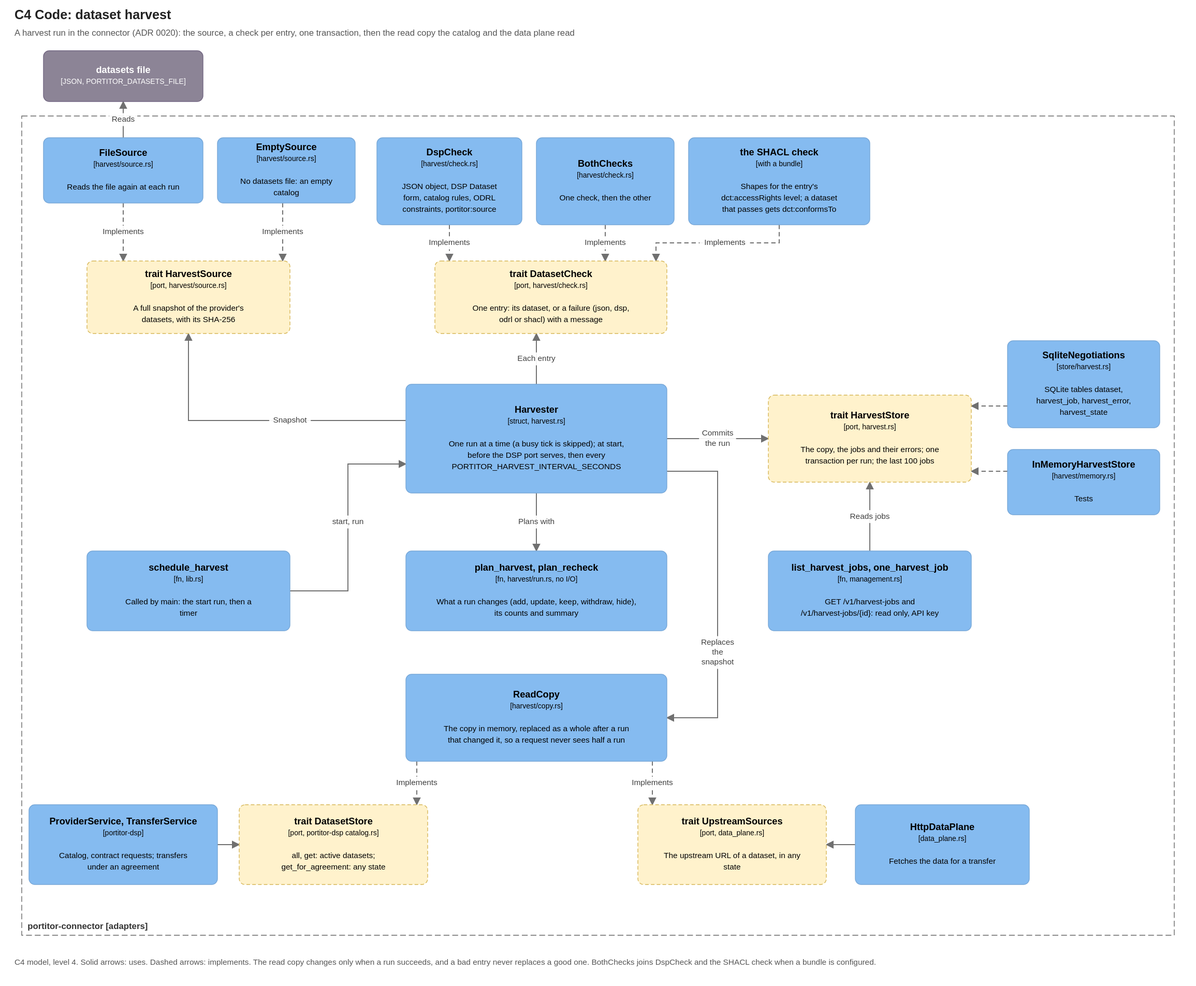
This is docs/diagrams/c4-harvest-code.drawio.svg from brunopacheco1/ldsc, a draw.io export, as it was before one commit. Source tidied: cells renumbered, new cells last; positions are measured from the earlier drawing's top-left corner, leaving out a move shared by most shapes.
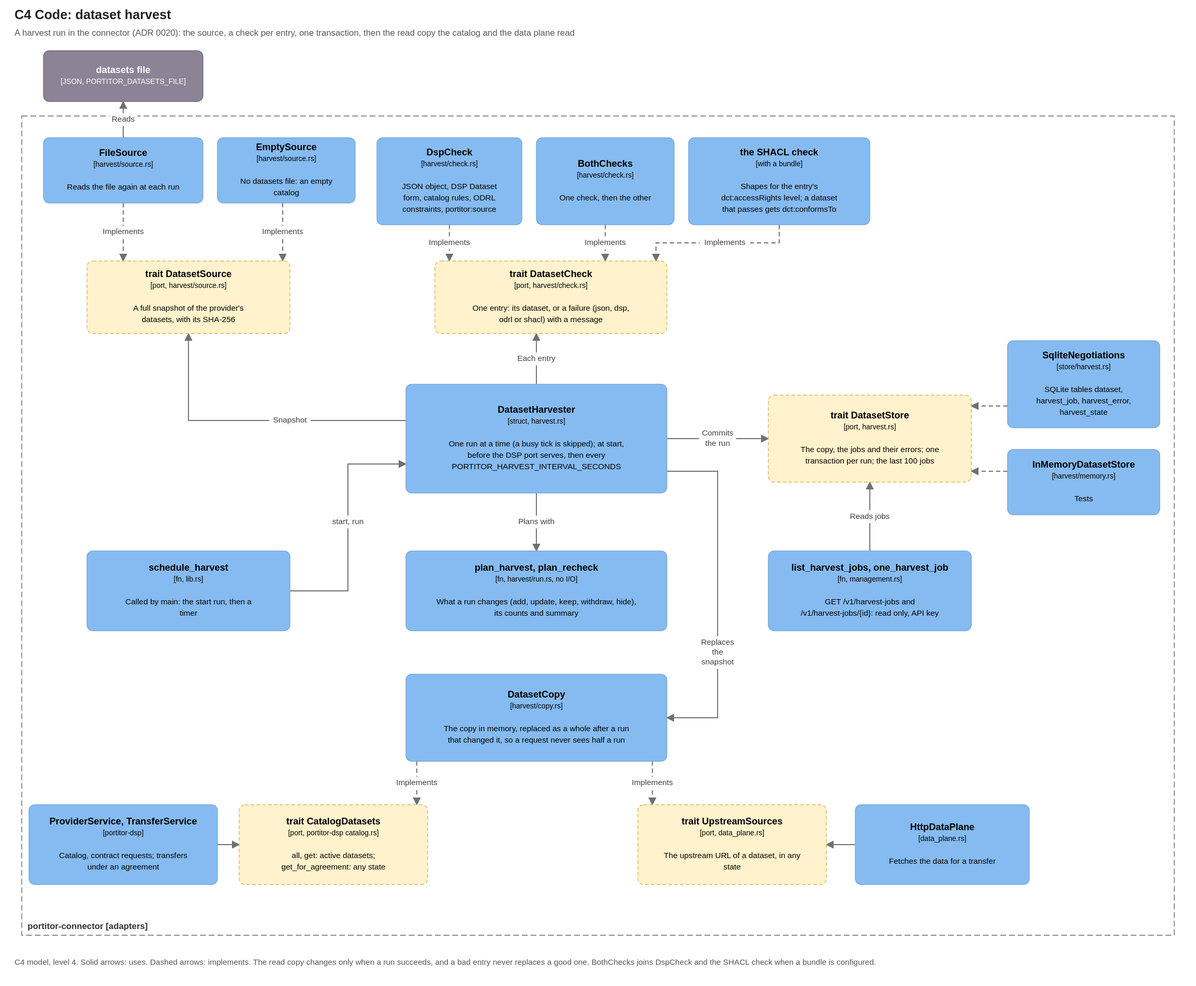
After the commit.

Change to the diagram source:
```diff
@@ -31,5 +31,5 @@
     </mxCell>
-    <mxCell id="11" value="&lt;b&gt;trait HarvestSource&lt;/b&gt;&lt;br&gt;&lt;font style=&quot;font-size:10px&quot;&gt;[port, harvest/source.rs]&lt;/font&gt;&lt;br&gt;&lt;br&gt;&lt;font style=&quot;font-size:11px&quot;&gt;A full snapshot of the provider&amp;#x27;s datasets, with its SHA-256&lt;/font&gt;" style="rounded=1;arcSize=8;dashed=1;whiteSpace=wrap;html=1;fillColor=#FFF2CC;strokeColor=#D6B656;fontColor=#000000;fontSize=13;align=center;verticalAlign=middle;c4Kind=port;c4Name=trait HarvestSource;" parent="1" vertex="1">
-      <mxGeometry x="100" y="350" width="280" height="100" as="geometry" />
-    </mxCell>
+    <mxCell id="45" value="&lt;b&gt;trait DatasetSource&lt;/b&gt;&lt;br&gt;&lt;font style=&quot;font-size:10px&quot;&gt;[port, harvest/source.rs]&lt;/font&gt;&lt;br&gt;&lt;br&gt;&lt;font style=&quot;font-size:11px&quot;&gt;A full snapshot of the provider&amp;#x27;s datasets, with its SHA-256&lt;/font&gt;" style="rounded=1;arcSize=8;dashed=1;whiteSpace=wrap;html=1;fillColor=#FFF2CC;strokeColor=#D6B656;fontColor=#000000;fontSize=13;align=center;verticalAlign=middle;c4Kind=port;c4Name=trait DatasetSource;" parent="1" vertex="1">
+      <mxGeometry x="100" y="350" width="280" height="100" as="geometry" />
+    </mxCell>
     <mxCell id="12" value="&lt;b&gt;trait DatasetCheck&lt;/b&gt;&lt;br&gt;&lt;font style=&quot;font-size:10px&quot;&gt;[port, harvest/check.rs]&lt;/font&gt;&lt;br&gt;&lt;br&gt;&lt;font style=&quot;font-size:11px&quot;&gt;One entry: its dataset, or a failure (json, dsp, odrl or shacl) with a message&lt;/font&gt;" style="rounded=1;arcSize=8;dashed=1;whiteSpace=wrap;html=1;fillColor=#FFF2CC;strokeColor=#D6B656;fontColor=#000000;fontSize=13;align=center;verticalAlign=middle;c4Kind=port;c4Name=trait DatasetCheck;" parent="1" vertex="1">
@@ -37,8 +37,8 @@
     </mxCell>
-    <mxCell id="13" value="&lt;b&gt;Harvester&lt;/b&gt;&lt;br&gt;&lt;font style=&quot;font-size:10px&quot;&gt;[struct, harvest.rs]&lt;/font&gt;&lt;br&gt;&lt;br&gt;&lt;font style=&quot;font-size:11px&quot;&gt;One run at a time (a busy tick is skipped); at start, before the DSP port serves, then every PORTITOR_HARVEST_INTERVAL_SECONDS&lt;/font&gt;" style="rounded=1;arcSize=8;whiteSpace=wrap;html=1;fillColor=#85BBF0;strokeColor=#78A8D8;fontColor=#000000;fontSize=13;align=center;verticalAlign=middle;c4Kind=component;c4Name=Harvester;" parent="1" vertex="1">
-      <mxGeometry x="540" y="520" width="360" height="150" as="geometry" />
-    </mxCell>
-    <mxCell id="14" value="&lt;b&gt;trait HarvestStore&lt;/b&gt;&lt;br&gt;&lt;font style=&quot;font-size:10px&quot;&gt;[port, harvest.rs]&lt;/font&gt;&lt;br&gt;&lt;br&gt;&lt;font style=&quot;font-size:11px&quot;&gt;The copy, the jobs and their errors; one transaction per run; the last 100 jobs&lt;/font&gt;" style="rounded=1;arcSize=8;dashed=1;whiteSpace=wrap;html=1;fillColor=#FFF2CC;strokeColor=#D6B656;fontColor=#000000;fontSize=13;align=center;verticalAlign=middle;c4Kind=port;c4Name=trait HarvestStore;" parent="1" vertex="1">
-      <mxGeometry x="1040" y="535" width="280" height="120" as="geometry" />
-    </mxCell>
+    <mxCell id="46" value="&lt;b&gt;DatasetHarvester&lt;/b&gt;&lt;br&gt;&lt;font style=&quot;font-size:10px&quot;&gt;[struct, harvest.rs]&lt;/font&gt;&lt;br&gt;&lt;br&gt;&lt;font style=&quot;font-size:11px&quot;&gt;One run at a time (a busy tick is skipped); at start, before the DSP port serves, then every PORTITOR_HARVEST_INTERVAL_SECONDS&lt;/font&gt;" style="rounded=1;arcSize=8;whiteSpace=wrap;html=1;fillColor=#85BBF0;strokeColor=#78A8D8;fontColor=#000000;fontSize=13;align=center;verticalAlign=middle;c4Kind=component;c4Name=DatasetHarvester;" parent="1" vertex="1">
+      <mxGeometry x="540" y="520" width="360" height="150" as="geometry" />
+    </mxCell>
+    <mxCell id="21" value="&lt;b&gt;trait DatasetStore&lt;/b&gt;&lt;br&gt;&lt;font style=&quot;font-size:10px&quot;&gt;[port, harvest.rs]&lt;/font&gt;&lt;br&gt;&lt;br&gt;&lt;font style=&quot;font-size:11px&quot;&gt;The copy, the jobs and their errors; one transaction per run; the last 100 jobs&lt;/font&gt;" style="rounded=1;arcSize=8;dashed=1;whiteSpace=wrap;html=1;fillColor=#FFF2CC;strokeColor=#D6B656;fontColor=#000000;fontSize=13;align=center;verticalAlign=middle;c4Kind=port;c4Name=trait DatasetStore;" parent="1" vertex="1">
+      <mxGeometry x="1040" y="535" width="280" height="120" as="geometry" />
+    </mxCell>
     <mxCell id="15" value="&lt;b&gt;SqliteNegotiations&lt;/b&gt;&lt;br&gt;&lt;font style=&quot;font-size:10px&quot;&gt;[store/harvest.rs]&lt;/font&gt;&lt;br&gt;&lt;br&gt;&lt;font style=&quot;font-size:11px&quot;&gt;SQLite tables dataset, harvest_job, harvest_error, harvest_state&lt;/font&gt;" style="rounded=1;arcSize=8;whiteSpace=wrap;html=1;fillColor=#85BBF0;strokeColor=#78A8D8;fontColor=#000000;fontSize=13;align=center;verticalAlign=middle;c4Kind=component;c4Name=SqliteNegotiations;" parent="1" vertex="1">
@@ -46,5 +46,5 @@
     </mxCell>
-    <mxCell id="16" value="&lt;b&gt;InMemoryHarvestStore&lt;/b&gt;&lt;br&gt;&lt;font style=&quot;font-size:10px&quot;&gt;[harvest/memory.rs]&lt;/font&gt;&lt;br&gt;&lt;br&gt;&lt;font style=&quot;font-size:11px&quot;&gt;Tests&lt;/font&gt;" style="rounded=1;arcSize=8;whiteSpace=wrap;html=1;fillColor=#85BBF0;strokeColor=#78A8D8;fontColor=#000000;fontSize=13;align=center;verticalAlign=middle;c4Kind=component;c4Name=InMemoryHarvestStore;" parent="1" vertex="1">
-      <mxGeometry x="1370" y="610" width="210" height="90" as="geometry" />
-    </mxCell>
+    <mxCell id="47" value="&lt;b&gt;InMemoryDatasetStore&lt;/b&gt;&lt;br&gt;&lt;font style=&quot;font-size:10px&quot;&gt;[harvest/memory.rs]&lt;/font&gt;&lt;br&gt;&lt;br&gt;&lt;font style=&quot;font-size:11px&quot;&gt;Tests&lt;/font&gt;" style="rounded=1;arcSize=8;whiteSpace=wrap;html=1;fillColor=#85BBF0;strokeColor=#78A8D8;fontColor=#000000;fontSize=13;align=center;verticalAlign=middle;c4Kind=component;c4Name=InMemoryDatasetStore;" parent="1" vertex="1">
+      <mxGeometry x="1370" y="610" width="210" height="90" as="geometry" />
+    </mxCell>
     <mxCell id="17" value="&lt;b&gt;schedule_harvest&lt;/b&gt;&lt;br&gt;&lt;font style=&quot;font-size:10px&quot;&gt;[fn, lib.rs]&lt;/font&gt;&lt;br&gt;&lt;br&gt;&lt;font style=&quot;font-size:11px&quot;&gt;Called by main: the start run, then a timer&lt;/font&gt;" style="rounded=1;arcSize=8;whiteSpace=wrap;html=1;fillColor=#85BBF0;strokeColor=#78A8D8;fontColor=#000000;fontSize=13;align=center;verticalAlign=middle;c4Kind=component;c4Name=schedule_harvest;" parent="1" vertex="1">
@@ -58,8 +58,8 @@
     </mxCell>
-    <mxCell id="20" value="&lt;b&gt;ReadCopy&lt;/b&gt;&lt;br&gt;&lt;font style=&quot;font-size:10px&quot;&gt;[harvest/copy.rs]&lt;/font&gt;&lt;br&gt;&lt;br&gt;&lt;font style=&quot;font-size:11px&quot;&gt;The copy in memory, replaced as a whole after a run that changed it, so a request never sees half a run&lt;/font&gt;" style="rounded=1;arcSize=8;whiteSpace=wrap;html=1;fillColor=#85BBF0;strokeColor=#78A8D8;fontColor=#000000;fontSize=13;align=center;verticalAlign=middle;c4Kind=component;c4Name=ReadCopy;" parent="1" vertex="1">
-      <mxGeometry x="540" y="920" width="360" height="120" as="geometry" />
-    </mxCell>
-    <mxCell id="21" value="&lt;b&gt;trait DatasetStore&lt;/b&gt;&lt;br&gt;&lt;font style=&quot;font-size:10px&quot;&gt;[port, portitor-dsp catalog.rs]&lt;/font&gt;&lt;br&gt;&lt;br&gt;&lt;font style=&quot;font-size:11px&quot;&gt;all, get: active datasets; get_for_agreement: any state&lt;/font&gt;" style="rounded=1;arcSize=8;dashed=1;whiteSpace=wrap;html=1;fillColor=#FFF2CC;strokeColor=#D6B656;fontColor=#000000;fontSize=13;align=center;verticalAlign=middle;c4Kind=port;c4Name=trait DatasetStore;" parent="1" vertex="1">
-      <mxGeometry x="310" y="1100" width="260" height="110" as="geometry" />
-    </mxCell>
+    <mxCell id="48" value="&lt;b&gt;DatasetCopy&lt;/b&gt;&lt;br&gt;&lt;font style=&quot;font-size:10px&quot;&gt;[harvest/copy.rs]&lt;/font&gt;&lt;br&gt;&lt;br&gt;&lt;font style=&quot;font-size:11px&quot;&gt;The copy in memory, replaced as a whole after a run that changed it, so a request never sees half a run&lt;/font&gt;" style="rounded=1;arcSize=8;whiteSpace=wrap;html=1;fillColor=#85BBF0;strokeColor=#78A8D8;fontColor=#000000;fontSize=13;align=center;verticalAlign=middle;c4Kind=component;c4Name=DatasetCopy;" parent="1" vertex="1">
+      <mxGeometry x="540" y="920" width="360" height="120" as="geometry" />
+    </mxCell>
+    <mxCell id="49" value="&lt;b&gt;trait CatalogDatasets&lt;/b&gt;&lt;br&gt;&lt;font style=&quot;font-size:10px&quot;&gt;[port, portitor-dsp catalog.rs]&lt;/font&gt;&lt;br&gt;&lt;br&gt;&lt;font style=&quot;font-size:11px&quot;&gt;all, get: active datasets; get_for_agreement: any state&lt;/font&gt;" style="rounded=1;arcSize=8;dashed=1;whiteSpace=wrap;html=1;fillColor=#FFF2CC;strokeColor=#D6B656;fontColor=#000000;fontSize=13;align=center;verticalAlign=middle;c4Kind=port;c4Name=trait CatalogDatasets;" parent="1" vertex="1">
+      <mxGeometry x="310" y="1100" width="260" height="110" as="geometry" />
+    </mxCell>
     <mxCell id="22" value="&lt;b&gt;trait UpstreamSources&lt;/b&gt;&lt;br&gt;&lt;font style=&quot;font-size:10px&quot;&gt;[port, data_plane.rs]&lt;/font&gt;&lt;br&gt;&lt;br&gt;&lt;font style=&quot;font-size:11px&quot;&gt;The upstream URL of a dataset, in any state&lt;/font&gt;" style="rounded=1;arcSize=8;dashed=1;whiteSpace=wrap;html=1;fillColor=#FFF2CC;strokeColor=#D6B656;fontColor=#000000;fontSize=13;align=center;verticalAlign=middle;c4Kind=port;c4Name=trait UpstreamSources;" parent="1" vertex="1">
@@ -76,3 +76,3 @@
     </mxCell>
-    <mxCell id="26" value="Snapshot" style="endArrow=blockThin;endFill=1;html=1;rounded=0;strokeColor=#707070;fontSize=11;fontColor=#404040;labelBackgroundColor=#FFFFFF;exitX=0.000;exitY=0.333;exitPerimeter=0;entryX=0.500;entryY=1.000;entryPerimeter=0;" parent="1" edge="1" source="13" target="11">
+    <mxCell id="26" value="Snapshot" style="endArrow=blockThin;endFill=1;html=1;rounded=0;strokeColor=#707070;fontSize=11;fontColor=#404040;labelBackgroundColor=#FFFFFF;exitX=0.000;exitY=0.333;exitPerimeter=0;entryX=0.500;entryY=1.000;entryPerimeter=0;" parent="1" edge="1" source="46" target="45">
       <mxGeometry relative="1" as="geometry">
@@ -83,12 +83,12 @@
     </mxCell>
-    <mxCell id="27" value="Each entry" style="endArrow=blockThin;endFill=1;html=1;rounded=0;strokeColor=#707070;fontSize=11;fontColor=#404040;labelBackgroundColor=#FFFFFF;exitX=0.500;exitY=0.000;exitPerimeter=0;entryX=0.438;entryY=1.000;entryPerimeter=0;" parent="1" edge="1" source="13" target="12">
+    <mxCell id="27" value="Each entry" style="endArrow=blockThin;endFill=1;html=1;rounded=0;strokeColor=#707070;fontSize=11;fontColor=#404040;labelBackgroundColor=#FFFFFF;exitX=0.500;exitY=0.000;exitPerimeter=0;entryX=0.438;entryY=1.000;entryPerimeter=0;" parent="1" edge="1" source="46" target="12">
       <mxGeometry relative="1" as="geometry" />
     </mxCell>
-    <mxCell id="28" value="Commits the run" style="endArrow=blockThin;endFill=1;html=1;rounded=0;strokeColor=#707070;fontSize=11;fontColor=#404040;labelBackgroundColor=#FFFFFF;exitX=1.000;exitY=0.500;exitPerimeter=0;entryX=0.000;entryY=0.500;entryPerimeter=0;" parent="1" edge="1" source="13" target="14">
+    <mxCell id="28" value="Commits the run" style="endArrow=blockThin;endFill=1;html=1;rounded=0;strokeColor=#707070;fontSize=11;fontColor=#404040;labelBackgroundColor=#FFFFFF;exitX=1.000;exitY=0.500;exitPerimeter=0;entryX=0.000;entryY=0.500;entryPerimeter=0;" parent="1" edge="1" source="46" target="21">
       <mxGeometry relative="1" as="geometry" />
     </mxCell>
-    <mxCell id="29" value="Plans with" style="endArrow=blockThin;endFill=1;html=1;rounded=0;strokeColor=#707070;fontSize=11;fontColor=#404040;labelBackgroundColor=#FFFFFF;exitX=0.500;exitY=1.000;exitPerimeter=0;entryX=0.500;entryY=0.000;entryPerimeter=0;" parent="1" edge="1" source="13" target="18">
+    <mxCell id="29" value="Plans with" style="endArrow=blockThin;endFill=1;html=1;rounded=0;strokeColor=#707070;fontSize=11;fontColor=#404040;labelBackgroundColor=#FFFFFF;exitX=0.500;exitY=1.000;exitPerimeter=0;entryX=0.500;entryY=0.000;entryPerimeter=0;" parent="1" edge="1" source="46" target="18">
       <mxGeometry relative="1" as="geometry" />
     </mxCell>
-    <mxCell id="30" value="start, run" style="endArrow=blockThin;endFill=1;html=1;rounded=0;strokeColor=#707070;fontSize=11;fontColor=#404040;labelBackgroundColor=#FFFFFF;exitX=1.000;exitY=0.500;exitPerimeter=0;entryX=0.000;entryY=0.733;entryPerimeter=0;" parent="1" edge="1" source="17" target="13">
+    <mxCell id="30" value="start, run" style="endArrow=blockThin;endFill=1;html=1;rounded=0;strokeColor=#707070;fontSize=11;fontColor=#404040;labelBackgroundColor=#FFFFFF;exitX=1.000;exitY=0.500;exitPerimeter=0;entryX=0.000;entryY=0.733;entryPerimeter=0;" parent="1" edge="1" source="17" target="46">
       <mxGeometry relative="1" as="geometry">
@@ -100,3 +100,3 @@
     </mxCell>
-    <mxCell id="31" value="Replaces the snapshot" style="endArrow=blockThin;endFill=1;html=1;rounded=0;strokeColor=#707070;fontSize=11;fontColor=#404040;labelBackgroundColor=#FFFFFF;exitX=1.000;exitY=0.800;exitPerimeter=0;entryX=1.000;entryY=0.500;entryPerimeter=0;" parent="1" edge="1" source="13" target="20">
+    <mxCell id="31" value="Replaces the snapshot" style="endArrow=blockThin;endFill=1;html=1;rounded=0;strokeColor=#707070;fontSize=11;fontColor=#404040;labelBackgroundColor=#FFFFFF;exitX=1.000;exitY=0.800;exitPerimeter=0;entryX=1.000;entryY=0.500;entryPerimeter=0;" parent="1" edge="1" source="46" target="48">
       <mxGeometry relative="1" as="geometry">
@@ -108,6 +108,6 @@
     </mxCell>
-    <mxCell id="32" value="Reads jobs" style="endArrow=blockThin;endFill=1;html=1;rounded=0;strokeColor=#707070;fontSize=11;fontColor=#404040;labelBackgroundColor=#FFFFFF;exitX=0.500;exitY=0.000;exitPerimeter=0;entryX=0.500;entryY=1.000;entryPerimeter=0;" parent="1" edge="1" source="19" target="14">
+    <mxCell id="32" value="Reads jobs" style="endArrow=blockThin;endFill=1;html=1;rounded=0;strokeColor=#707070;fontSize=11;fontColor=#404040;labelBackgroundColor=#FFFFFF;exitX=0.500;exitY=0.000;exitPerimeter=0;entryX=0.500;entryY=1.000;entryPerimeter=0;" parent="1" edge="1" source="19" target="21">
       <mxGeometry relative="1" as="geometry" />
     </mxCell>
-    <mxCell id="33" style="endArrow=blockThin;endFill=1;html=1;rounded=0;strokeColor=#707070;fontSize=11;fontColor=#404040;labelBackgroundColor=#FFFFFF;exitX=1.000;exitY=0.500;exitPerimeter=0;entryX=0.000;entryY=0.500;entryPerimeter=0;" parent="1" edge="1" source="23" target="21">
+    <mxCell id="33" style="endArrow=blockThin;endFill=1;html=1;rounded=0;strokeColor=#707070;fontSize=11;fontColor=#404040;labelBackgroundColor=#FFFFFF;exitX=1.000;exitY=0.500;exitPerimeter=0;entryX=0.000;entryY=0.500;entryPerimeter=0;" parent="1" edge="1" source="23" target="49">
       <mxGeometry relative="1" as="geometry" />
@@ -117,6 +117,6 @@
     </mxCell>
-    <mxCell id="35" value="Implements" style="endArrow=blockThin;endFill=1;html=1;rounded=0;strokeColor=#707070;fontSize=11;fontColor=#404040;labelBackgroundColor=#FFFFFF;dashed=1;exitX=0.500;exitY=1.000;exitPerimeter=0;entryX=0.179;entryY=0.000;entryPerimeter=0;" parent="1" edge="1" source="6" target="11">
+    <mxCell id="35" value="Implements" style="endArrow=blockThin;endFill=1;html=1;rounded=0;strokeColor=#707070;fontSize=11;fontColor=#404040;labelBackgroundColor=#FFFFFF;dashed=1;exitX=0.500;exitY=1.000;exitPerimeter=0;entryX=0.179;entryY=0.000;entryPerimeter=0;" parent="1" edge="1" source="6" target="45">
       <mxGeometry relative="1" as="geometry" />
     </mxCell>
-    <mxCell id="36" value="Implements" style="endArrow=blockThin;endFill=1;html=1;rounded=0;strokeColor=#707070;fontSize=11;fontColor=#404040;labelBackgroundColor=#FFFFFF;dashed=1;exitX=0.474;exitY=1.000;exitPerimeter=0;entryX=0.964;entryY=0.000;entryPerimeter=0;" parent="1" edge="1" source="7" target="11">
+    <mxCell id="36" value="Implements" style="endArrow=blockThin;endFill=1;html=1;rounded=0;strokeColor=#707070;fontSize=11;fontColor=#404040;labelBackgroundColor=#FFFFFF;dashed=1;exitX=0.474;exitY=1.000;exitPerimeter=0;entryX=0.964;entryY=0.000;entryPerimeter=0;" parent="1" edge="1" source="7" target="45">
       <mxGeometry relative="1" as="geometry" />
@@ -137,12 +137,12 @@
     </mxCell>
-    <mxCell id="40" style="endArrow=blockThin;endFill=1;html=1;rounded=0;strokeColor=#707070;fontSize=11;fontColor=#404040;labelBackgroundColor=#FFFFFF;dashed=1;exitX=0.000;exitY=0.750;exitPerimeter=0;entryX=1.000;entryY=0.125;entryPerimeter=0;" parent="1" edge="1" source="15" target="14">
+    <mxCell id="40" style="endArrow=blockThin;endFill=1;html=1;rounded=0;strokeColor=#707070;fontSize=11;fontColor=#404040;labelBackgroundColor=#FFFFFF;dashed=1;exitX=0.000;exitY=0.750;exitPerimeter=0;entryX=1.000;entryY=0.125;entryPerimeter=0;" parent="1" edge="1" source="15" target="21">
       <mxGeometry relative="1" as="geometry" />
     </mxCell>
-    <mxCell id="41" style="endArrow=blockThin;endFill=1;html=1;rounded=0;strokeColor=#707070;fontSize=11;fontColor=#404040;labelBackgroundColor=#FFFFFF;dashed=1;exitX=0.000;exitY=0.333;exitPerimeter=0;entryX=1.000;entryY=0.875;entryPerimeter=0;" parent="1" edge="1" source="16" target="14">
+    <mxCell id="41" style="endArrow=blockThin;endFill=1;html=1;rounded=0;strokeColor=#707070;fontSize=11;fontColor=#404040;labelBackgroundColor=#FFFFFF;dashed=1;exitX=0.000;exitY=0.333;exitPerimeter=0;entryX=1.000;entryY=0.875;entryPerimeter=0;" parent="1" edge="1" source="47" target="21">
       <mxGeometry relative="1" as="geometry" />
     </mxCell>
-    <mxCell id="42" value="Implements" style="endArrow=blockThin;endFill=1;html=1;rounded=0;strokeColor=#707070;fontSize=11;fontColor=#404040;labelBackgroundColor=#FFFFFF;dashed=1;exitX=0.042;exitY=1.000;exitPerimeter=0;entryX=0.942;entryY=0.000;entryPerimeter=0;" parent="1" edge="1" source="20" target="21">
+    <mxCell id="42" value="Implements" style="endArrow=blockThin;endFill=1;html=1;rounded=0;strokeColor=#707070;fontSize=11;fontColor=#404040;labelBackgroundColor=#FFFFFF;dashed=1;exitX=0.042;exitY=1.000;exitPerimeter=0;entryX=0.942;entryY=0.000;entryPerimeter=0;" parent="1" edge="1" source="48" target="49">
       <mxGeometry relative="1" as="geometry" />
     </mxCell>
-    <mxCell id="43" value="Implements" style="endArrow=blockThin;endFill=1;html=1;rounded=0;strokeColor=#707070;fontSize=11;fontColor=#404040;labelBackgroundColor=#FFFFFF;dashed=1;exitX=0.944;exitY=1.000;exitPerimeter=0;entryX=0.077;entryY=0.000;entryPerimeter=0;" parent="1" edge="1" source="20" target="22">
+    <mxCell id="43" value="Implements" style="endArrow=blockThin;endFill=1;html=1;rounded=0;strokeColor=#707070;fontSize=11;fontColor=#404040;labelBackgroundColor=#FFFFFF;dashed=1;exitX=0.944;exitY=1.000;exitPerimeter=0;entryX=0.077;entryY=0.000;entryPerimeter=0;" parent="1" edge="1" source="48" target="22">
       <mxGeometry relative="1" as="geometry" />
```
